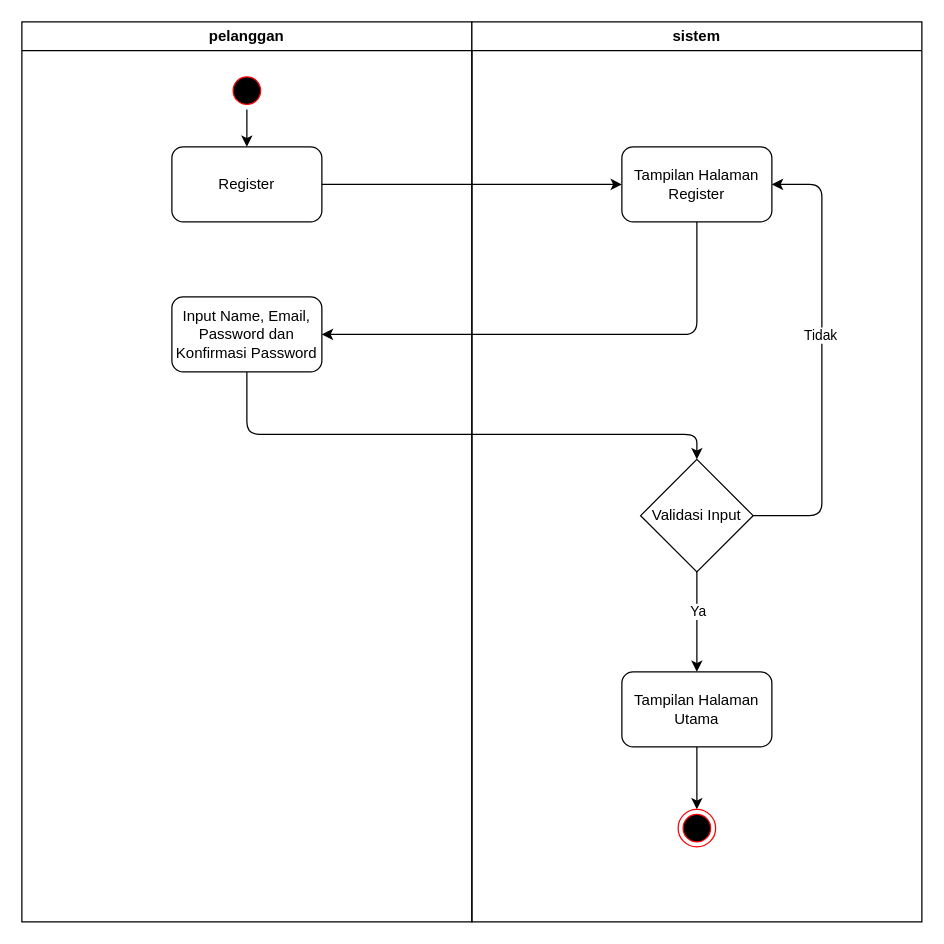
The draw.io diagram register.drawio in SiWahyu/Logistik-UML, before the edit. Source tidied: cells renumbered, new cells numbered last; positions are measured from the earlier drawing's top-left corner, leaving out a move shared by most shapes. Both pictures are drawn from the tidied source at 125%, with x=0, y=0 at pixel (21, 21).
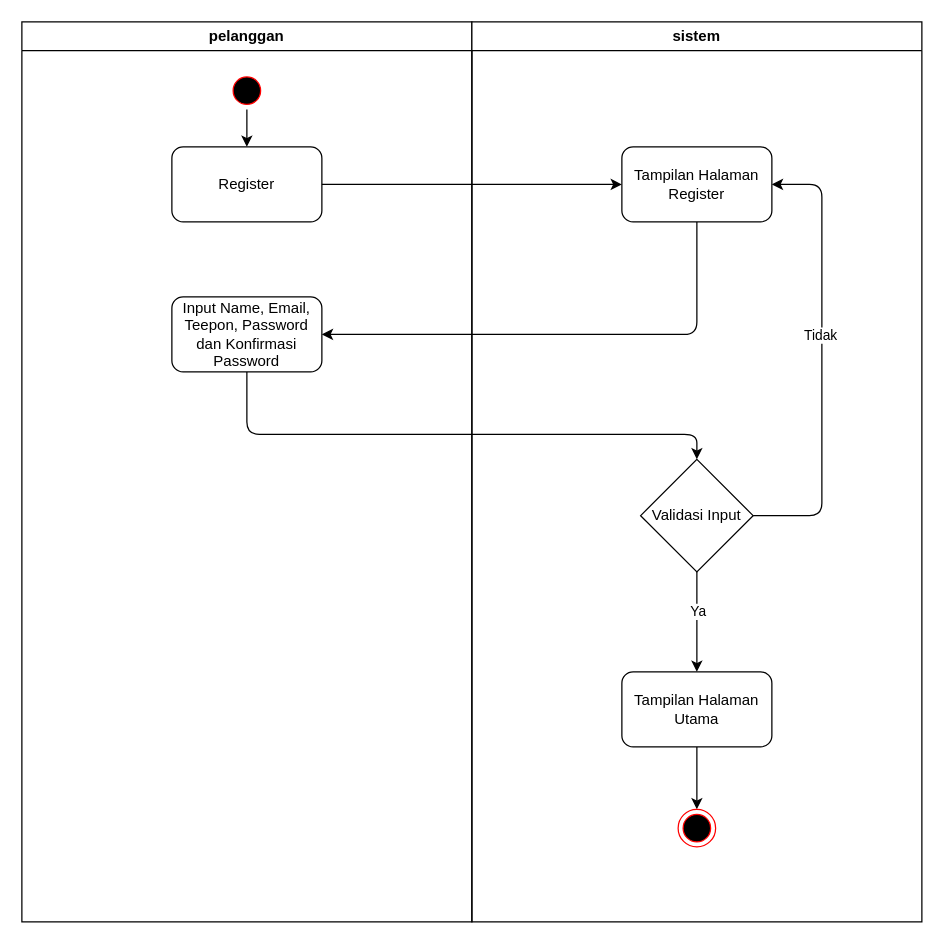
The same diagram, later.

Commit message (it also covers changes not shown here):
update kelola-paket-bermasala(admin),update-status-pengiriman(kurir),konfirmasi-penerimaan,register

Unchanged cells that the change refers to:
```xml
<mxCell id="2" value="pelanggan" style="swimlane;whiteSpace=wrap;html=1;" parent="1" vertex="1">
  <mxGeometry width="360" height="720" as="geometry" />
</mxCell>
```

Change to the diagram source:
```diff
@@
-    <mxCell id="4" value="Input Name, Email, Password dan Konfirmasi Password" style="rounded=1;whiteSpace=wrap;html=1;" parent="2" vertex="1">
+    <mxCell id="4" value="Input Name, Email, Teepon, Password dan Konfirmasi Password" style="rounded=1;whiteSpace=wrap;html=1;" parent="2" vertex="1">
       <mxGeometry x="120" y="220" width="120" height="60" as="geometry" />
     </mxCell>
```
